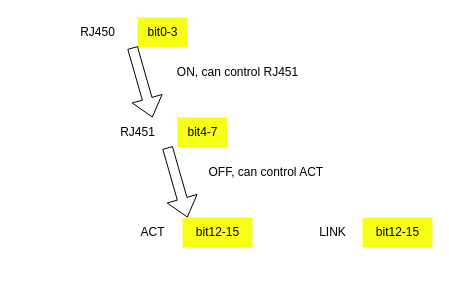
Before: Allagash MGMT Led test.drawio in kongzhongfeima/draw_io, a draw.io diagram. Source tidied: cells renumbered, new cells numbered last; positions are measured from the earlier drawing's top-left corner, leaving out a move shared by most shapes. Both pictures are drawn from the tidied source at 100%, with x=0, y=0 at pixel (67, 17).
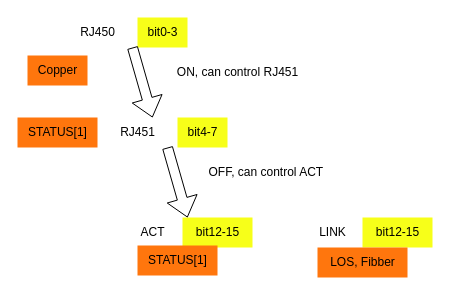
After the change.

Change to the diagram source:
```diff
@@
 <mxGraphModel>
   <root>
     <mxCell id="0" />
     <mxCell id="1" parent="0" />
     <mxCell id="2" value="RJ451" style="text;html=1;align=center;verticalAlign=middle;strokeColor=none;fillColor=none;" parent="1" vertex="1">
       <mxGeometry x="40" y="100" width="60" height="30" as="geometry" />
     </mxCell>
     <mxCell id="3" value="RJ450" style="text;html=1;align=center;verticalAlign=middle;strokeColor=none;fillColor=none;" parent="1" vertex="1">
       <mxGeometry width="60" height="30" as="geometry" />
     </mxCell>
     <mxCell id="4" value="ACT" style="text;html=1;align=center;verticalAlign=middle;strokeColor=none;fillColor=none;" parent="1" vertex="1">
       <mxGeometry x="60" y="200" width="50" height="30" as="geometry" />
     </mxCell>
     <mxCell id="5" value="bit12-15" style="text;html=1;align=center;verticalAlign=middle;strokeColor=none;fillColor=#F7FF19;" parent="1" vertex="1">
       <mxGeometry x="115" y="200" width="70" height="30" as="geometry" />
     </mxCell>
     <mxCell id="6" value="bit4-7" style="text;html=1;align=center;verticalAlign=middle;strokeColor=none;fillColor=#F7FF19;" parent="1" vertex="1">
       <mxGeometry x="110" y="100" width="50" height="30" as="geometry" />
     </mxCell>
     <mxCell id="7" value="bit0-3" style="text;html=1;align=center;verticalAlign=middle;strokeColor=none;fillColor=#F7FF19;" parent="1" vertex="1">
       <mxGeometry x="70" width="50" height="30" as="geometry" />
     </mxCell>
     <mxCell id="8" style="shape=flexArrow;endArrow=classic;html=1;rounded=0;" parent="1" edge="1">
       <mxGeometry relative="1" as="geometry">
         <mxPoint x="65" y="30" as="sourcePoint" />
         <mxPoint x="85" y="100" as="targetPoint" />
       </mxGeometry>
     </mxCell>
     <mxCell id="9" value="ON, can control RJ451" style="text;html=1;align=center;verticalAlign=middle;strokeColor=none;fillColor=none;" parent="1" vertex="1">
       <mxGeometry x="100" y="40" width="140" height="30" as="geometry" />
     </mxCell>
     <mxCell id="10" value="OFF, can control ACT&amp;nbsp;" style="text;html=1;align=center;verticalAlign=middle;strokeColor=none;fillColor=none;" parent="1" vertex="1">
       <mxGeometry x="130" y="140" width="140" height="30" as="geometry" />
     </mxCell>
     <mxCell id="11" style="shape=flexArrow;endArrow=classic;html=1;rounded=0;" parent="1" edge="1">
       <mxGeometry relative="1" as="geometry">
         <mxPoint x="100" y="130" as="sourcePoint" />
         <mxPoint x="120" y="200" as="targetPoint" />
       </mxGeometry>
     </mxCell>
     <mxCell id="12" value="LINK" style="text;html=1;align=center;verticalAlign=middle;strokeColor=none;fillColor=none;" parent="1" vertex="1">
       <mxGeometry x="240" y="200" width="50" height="30" as="geometry" />
     </mxCell>
     <mxCell id="13" value="bit12-15" style="text;html=1;align=center;verticalAlign=middle;strokeColor=none;fillColor=#F7FF19;" parent="1" vertex="1">
       <mxGeometry x="295" y="200" width="70" height="30" as="geometry" />
     </mxCell>
+    <mxCell id="14" value="LOS, Fibber" style="text;html=1;align=center;verticalAlign=middle;strokeColor=none;fillColor=#FF760D;" parent="1" vertex="1">
+      <mxGeometry x="250" y="230" width="90" height="30" as="geometry" />
+    </mxCell>
+    <mxCell id="15" value="STATUS[1]" style="text;html=1;align=center;verticalAlign=middle;strokeColor=none;fillColor=#FF760D;" parent="1" vertex="1">
+      <mxGeometry x="70" y="228" width="80" height="30" as="geometry" />
+    </mxCell>
+    <mxCell id="16" value="Copper" style="text;html=1;align=center;verticalAlign=middle;strokeColor=none;fillColor=#FF760D;" parent="1" vertex="1">
+      <mxGeometry x="-40" y="38" width="60" height="30" as="geometry" />
+    </mxCell>
+    <mxCell id="17" value="STATUS[1]" style="text;html=1;align=center;verticalAlign=middle;strokeColor=none;fillColor=#FF760D;" parent="1" vertex="1">
+      <mxGeometry x="-50" y="100" width="80" height="30" as="geometry" />
+    </mxCell>
   </root>
 </mxGraphModel>
```
